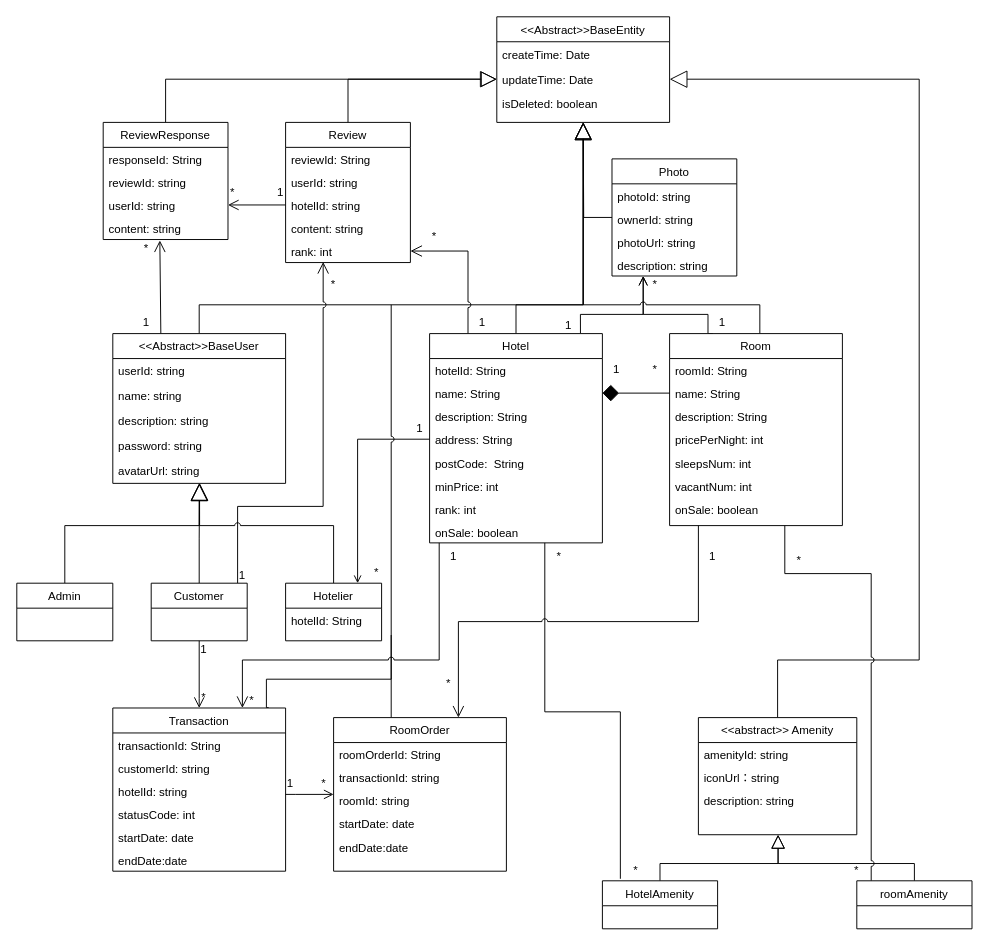
Earlier version of the draw.io diagram docs/part1/domain_model_diagram.drawio (Blackmesa-Canteen/alphecca-boot-ioc-framework). Source tidied: cells renumbered, new cells numbered last; positions are measured from the earlier drawing's top-left corner, leaving out a move shared by most shapes. Both pictures are drawn from the tidied source at 96%, with x=0, y=0 at pixel (16, 16).
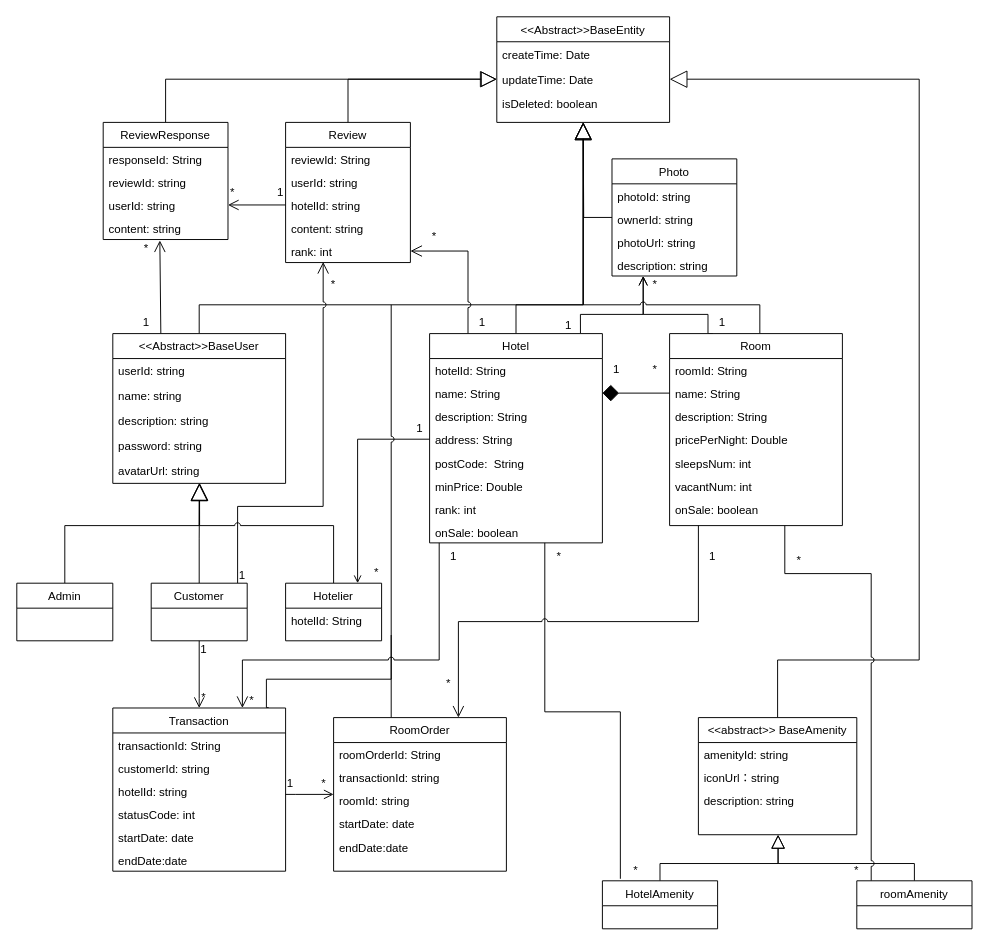
The same page after the edit.

Commit message (it also covers changes not shown here):
update domain diagram

Unchanged cells that the change refers to:
```xml
<mxCell id="37" value="Hotel" style="swimlane;fontStyle=0;align=center;verticalAlign=top;horizontal=1;startSize=26;rounded=0;shadow=0;strokeWidth=1;" parent="1" vertex="1">
  <mxGeometry x="430" y="330" width="180" height="218" as="geometry" />
</mxCell>
<mxCell id="51" value="Room" style="swimlane;fontStyle=0;align=center;verticalAlign=top;horizontal=1;startSize=26;rounded=0;shadow=0;strokeWidth=1;" parent="1" vertex="1">
  <mxGeometry x="680" y="330" width="180" height="200" as="geometry" />
</mxCell>
```

Change to the diagram source:
```diff
@@
-    <mxCell id="43" value="minPrice: int" style="text;align=left;verticalAlign=top;spacingLeft=4;spacingRight=4;overflow=hidden;" parent="37" vertex="1">
+    <mxCell id="43" value="minPrice: Double" style="text;align=left;verticalAlign=top;spacingLeft=4;spacingRight=4;overflow=hidden;" parent="37" vertex="1">
       <mxGeometry y="146" width="180" height="24" as="geometry" />
     </mxCell>
@@
-    <mxCell id="55" value="pricePerNight: int" style="text;align=left;verticalAlign=top;spacingLeft=4;spacingRight=4;overflow=hidden;" parent="51" vertex="1">
+    <mxCell id="55" value="pricePerNight: Double" style="text;align=left;verticalAlign=top;spacingLeft=4;spacingRight=4;overflow=hidden;" parent="51" vertex="1">
       <mxGeometry y="98" width="180" height="24" as="geometry" />
     </mxCell>
@@
-    <mxCell id="97" value="&lt;&lt;abstract&gt;&gt; Amenity" style="swimlane;fontStyle=0;align=center;verticalAlign=top;horizontal=1;startSize=26;rounded=0;shadow=0;strokeWidth=1;" parent="1" vertex="1">
+    <mxCell id="97" value="&lt;&lt;abstract&gt;&gt; BaseAmenity" style="swimlane;fontStyle=0;align=center;verticalAlign=top;horizontal=1;startSize=26;rounded=0;shadow=0;strokeWidth=1;" parent="1" vertex="1">
       <mxGeometry x="710" y="730" width="165" height="122" as="geometry" />
     </mxCell>
```
